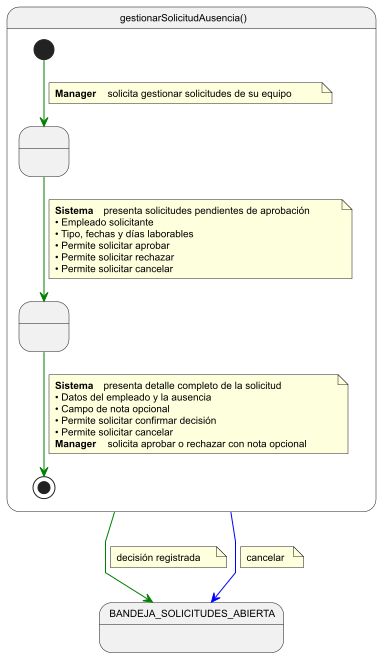
Earlier version of the PlantUML export modelosUML/png/cuGestionarSolicitudAusencia.png (lostal/seven-suite). Its source is kept beside it as modelosUML/puml/cuGestionarSolicitudAusencia.puml.
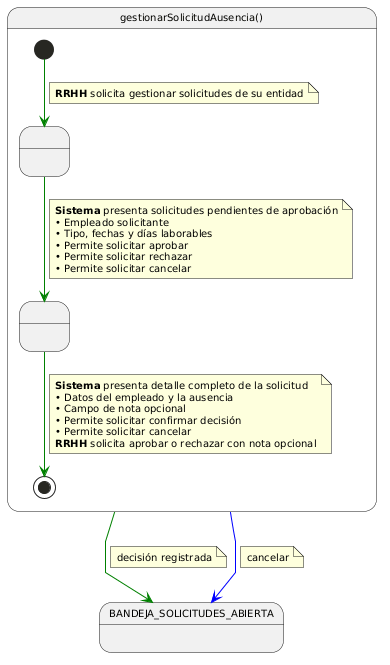
The same diagram one commit later.

The edit, as a diff of the source:
```diff
@@ -1,4 +1,6 @@
 @startuml cuGestionarSolicitudAusencia
+
+skinparam backgroundColor #FFFFFF
 
 skinparam linetype polyline
 skinparam defaultFontName Arial
@@ -10,7 +12,7 @@
 
   [*] -[#green]-> RevisandoSolicitudes
   note on link
-    <b>Manager</b> solicita gestionar solicitudes de su equipo
+    <b>RRHH</b> solicita gestionar solicitudes de su entidad
   end note
 
   RevisandoSolicitudes -[#green]-> Decidiendo
@@ -30,7 +32,7 @@
     • Campo de nota opcional
     • Permite solicitar confirmar decisión
     • Permite solicitar cancelar
-    <b>Manager</b> solicita aprobar o rechazar con nota opcional
+    <b>RRHH</b> solicita aprobar o rechazar con nota opcional
   end note
 }
 
```
